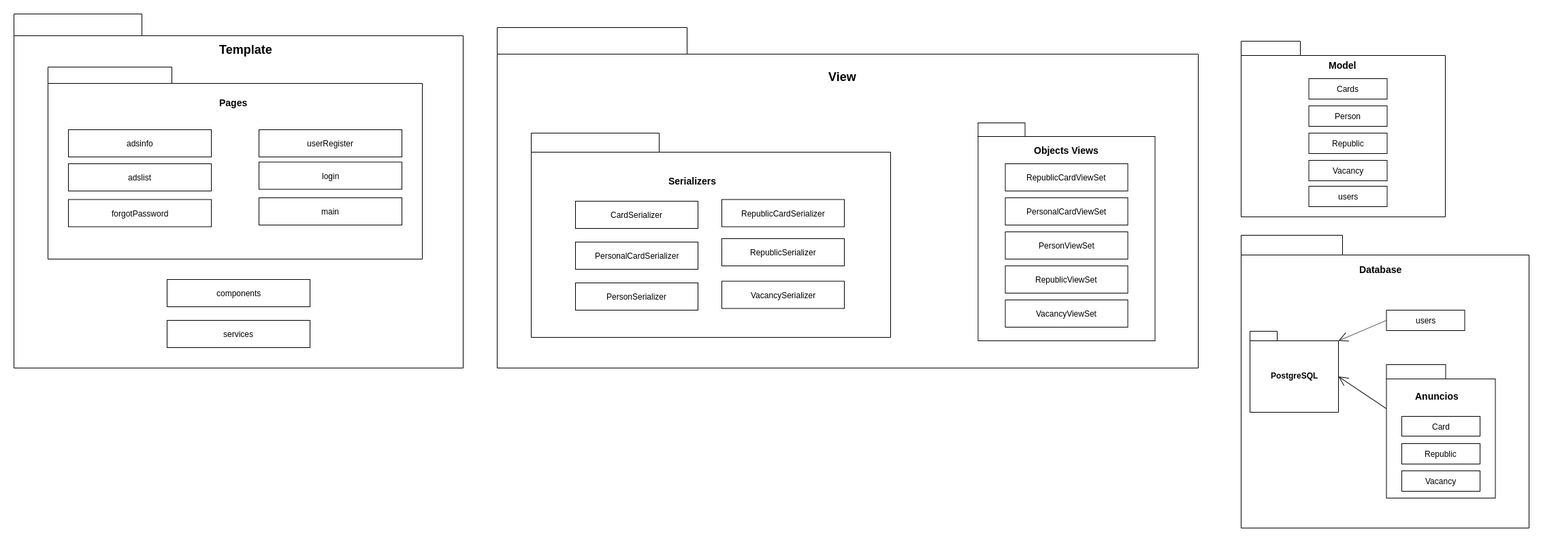
Before: docs/Dinâmica e Seminário V/img/Pacotes3.png, a diagram exported from draw.io (desenho-2019/Wiki). Source tidied: cells renumbered, new cells last; positions are measured from the earlier drawing's top-left corner, leaving out a move shared by most shapes.
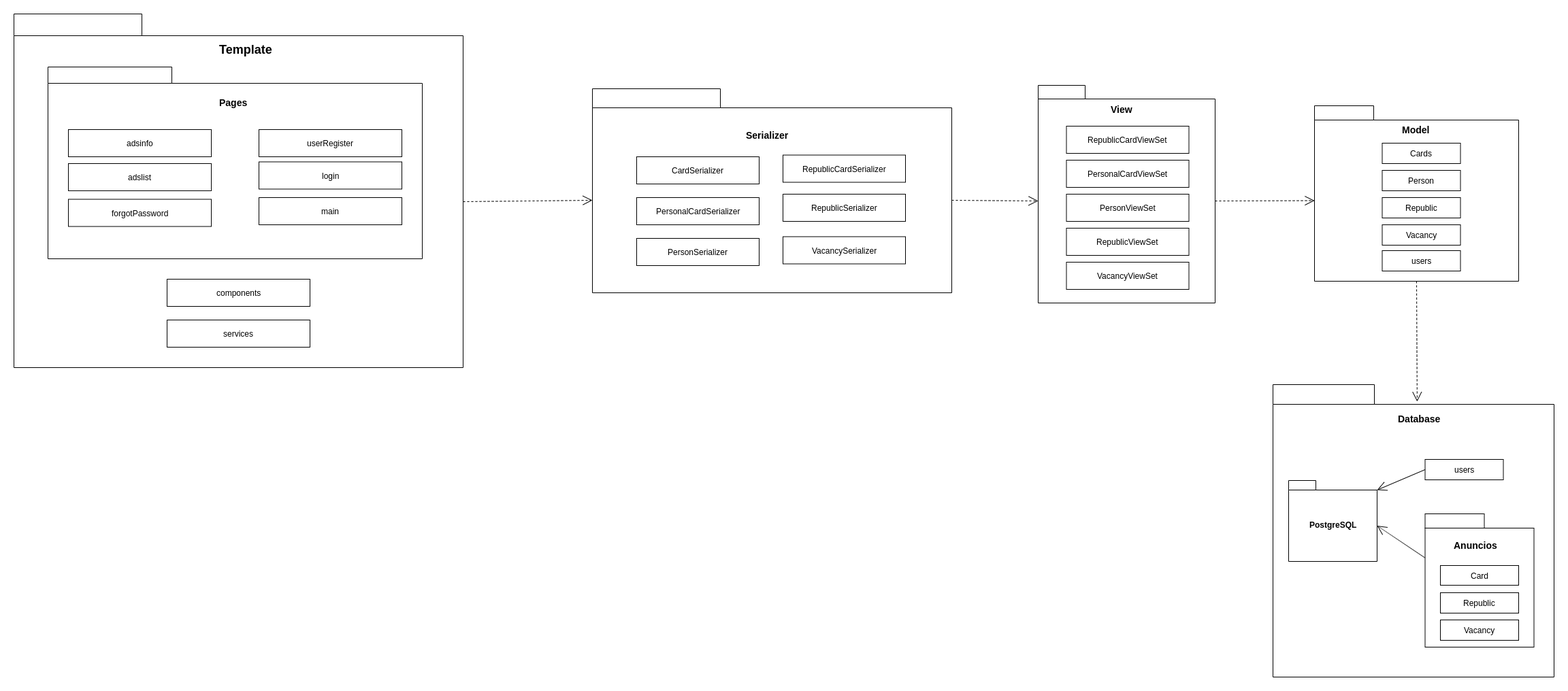
Above is the later version.

Commit message:
Mudando as imagens do diagrama de pacotes

Change to the diagram source:
```diff
@@ -3,22 +3,22 @@
     <mxCell id="0" />
     <mxCell id="1" parent="0" />
     <mxCell id="2" value="Cards" style="html=1;" parent="1" vertex="1">
-      <mxGeometry x="1902.5" y="95" width="115" height="30" as="geometry" />
+      <mxGeometry x="1920.5" y="245" width="115" height="30" as="geometry" />
     </mxCell>
     <mxCell id="3" value="Person" style="html=1;" parent="1" vertex="1">
-      <mxGeometry x="1902.5" y="135" width="115" height="30" as="geometry" />
+      <mxGeometry x="1920.5" y="285" width="115" height="30" as="geometry" />
     </mxCell>
     <mxCell id="4" value="Republic" style="html=1;" parent="1" vertex="1">
-      <mxGeometry x="1902.5" y="175" width="115" height="30" as="geometry" />
+      <mxGeometry x="1920.5" y="325" width="115" height="30" as="geometry" />
     </mxCell>
     <mxCell id="5" value="Vacancy" style="html=1;" parent="1" vertex="1">
-      <mxGeometry x="1902.5" y="215" width="115" height="30" as="geometry" />
+      <mxGeometry x="1920.5" y="365" width="115" height="30" as="geometry" />
     </mxCell>
     <mxCell id="6" style="shape=folder;fontStyle=1;spacingTop=10;tabWidth=87;tabHeight=21;tabPosition=left;html=1;fillColor=none;" parent="1" vertex="1">
-      <mxGeometry x="1803" y="40" width="300" height="258" as="geometry" />
+      <mxGeometry x="1821" y="190" width="300" height="258" as="geometry" />
     </mxCell>
     <mxCell id="7" value="&lt;b&gt;&lt;font style=&quot;font-size: 14px&quot;&gt;Model&lt;/font&gt;&lt;/b&gt;" style="text;html=1;align=left;verticalAlign=top;spacingTop=-4;" parent="1" vertex="1">
-      <mxGeometry x="1930" y="65" width="60" height="20" as="geometry" />
+      <mxGeometry x="1948" y="215" width="60" height="20" as="geometry" />
     </mxCell>
     <mxCell id="8" value="&lt;div&gt;RepublicCardViewSet&lt;/div&gt;" style="html=1;fillColor=none;" parent="1" vertex="1">
       <mxGeometry x="1456.5" y="220" width="180" height="40" as="geometry" />
@@ -35,101 +35,95 @@
     <mxCell id="12" value="VacancyViewSet" style="html=1;fillColor=none;" parent="1" vertex="1">
       <mxGeometry x="1456.5" y="420" width="180" height="40" as="geometry" />
     </mxCell>
-    <mxCell id="13" value="&lt;font style=&quot;font-size: 14px&quot;&gt;&lt;b&gt;Objects Views&lt;/b&gt;&lt;/font&gt;" style="text;html=1;align=left;verticalAlign=top;spacingTop=-4;" parent="1" vertex="1">
-      <mxGeometry x="1496.5" y="190" width="110" height="20" as="geometry" />
+    <mxCell id="13" value="&lt;font style=&quot;font-size: 14px&quot;&gt;&lt;b&gt;View&lt;/b&gt;&lt;/font&gt;" style="text;html=1;align=left;verticalAlign=top;spacingTop=-4;" parent="1" vertex="1">
+      <mxGeometry x="1520" y="185" width="50" height="20" as="geometry" />
     </mxCell>
     <mxCell id="14" style="shape=folder;fontStyle=1;spacingTop=10;tabWidth=69;tabHeight=20;tabPosition=left;html=1;fillColor=none;" parent="1" vertex="1">
-      <mxGeometry x="1416.5" y="160" width="260" height="320" as="geometry" />
+      <mxGeometry x="1415" y="160" width="260" height="320" as="geometry" />
     </mxCell>
     <mxCell id="15" value="VacancySerializer" style="html=1;fillColor=none;" parent="1" vertex="1">
-      <mxGeometry x="1040" y="392.5" width="180" height="40" as="geometry" />
+      <mxGeometry x="1040" y="382.5" width="180" height="40" as="geometry" />
     </mxCell>
     <mxCell id="16" value="RepublicSerializer" style="html=1;fillColor=none;" parent="1" vertex="1">
-      <mxGeometry x="1040" y="330" width="180" height="40" as="geometry" />
+      <mxGeometry x="1040" y="320" width="180" height="40" as="geometry" />
     </mxCell>
     <mxCell id="17" value="PersonSerializer" style="html=1;fillColor=none;" parent="1" vertex="1">
-      <mxGeometry x="825" y="395" width="180" height="40" as="geometry" />
+      <mxGeometry x="825" y="385" width="180" height="40" as="geometry" />
     </mxCell>
     <mxCell id="18" value="PersonalCardSerializer" style="html=1;fillColor=none;" parent="1" vertex="1">
-      <mxGeometry x="825" y="335" width="180" height="40" as="geometry" />
+      <mxGeometry x="825" y="325" width="180" height="40" as="geometry" />
     </mxCell>
     <mxCell id="19" value="RepublicCardSerializer" style="html=1;fillColor=none;" parent="1" vertex="1">
-      <mxGeometry x="1040" y="272.5" width="180" height="40" as="geometry" />
+      <mxGeometry x="1040" y="262.5" width="180" height="40" as="geometry" />
     </mxCell>
     <mxCell id="20" value="CardSerializer" style="html=1;fillColor=none;" parent="1" vertex="1">
-      <mxGeometry x="825" y="275" width="180" height="40" as="geometry" />
+      <mxGeometry x="825" y="265" width="180" height="40" as="geometry" />
     </mxCell>
     <mxCell id="21" style="shape=folder;fontStyle=1;spacingTop=10;tabWidth=188;tabHeight=28;tabPosition=left;html=1;fillColor=none;" parent="1" vertex="1">
-      <mxGeometry x="760" y="175" width="528" height="300" as="geometry" />
+      <mxGeometry x="760" y="165" width="528" height="300" as="geometry" />
     </mxCell>
-    <mxCell id="22" value="&lt;font style=&quot;font-size: 14px&quot;&gt;&lt;b&gt;Serializers&lt;/b&gt;&lt;/font&gt;" style="text;html=1;align=left;verticalAlign=top;spacingTop=-4;" parent="1" vertex="1">
-      <mxGeometry x="960" y="235" width="90" height="20" as="geometry" />
+    <mxCell id="22" value="&lt;font style=&quot;font-size: 14px&quot;&gt;&lt;b&gt;Serializer&lt;/b&gt;&lt;/font&gt;" style="text;html=1;align=left;verticalAlign=top;spacingTop=-4;" parent="1" vertex="1">
+      <mxGeometry x="984" y="223" width="80" height="20" as="geometry" />
     </mxCell>
-    <mxCell id="23" style="shape=folder;fontStyle=1;spacingTop=10;tabWidth=279;tabHeight=39;tabPosition=left;html=1;fillColor=none;" parent="1" vertex="1">
-      <mxGeometry x="710" y="20" width="1030" height="500" as="geometry" />
-    </mxCell>
-    <mxCell id="24" value="&lt;font style=&quot;font-size: 18px&quot;&gt;&lt;b&gt;View&lt;/b&gt;&lt;/font&gt;" style="text;html=1;align=left;verticalAlign=top;spacingTop=-4;" parent="1" vertex="1">
-      <mxGeometry x="1195" y="80" width="60" height="20" as="geometry" />
-    </mxCell>
     <mxCell id="25" value="components" style="html=1;" parent="1" vertex="1">
-      <mxGeometry x="225" y="390" width="210" height="40" as="geometry" />
+      <mxGeometry x="135" y="445" width="210" height="40" as="geometry" />
     </mxCell>
     <mxCell id="26" value="services" style="html=1;" parent="1" vertex="1">
-      <mxGeometry x="225" y="450" width="210" height="40" as="geometry" />
+      <mxGeometry x="135" y="505" width="210" height="40" as="geometry" />
     </mxCell>
     <mxCell id="27" value="adsinfo" style="html=1;" parent="1" vertex="1">
-      <mxGeometry x="80" y="170" width="210" height="40" as="geometry" />
+      <mxGeometry x="-10" y="225" width="210" height="40" as="geometry" />
     </mxCell>
     <mxCell id="28" value="adslist&lt;span style=&quot;color: rgba(0 , 0 , 0 , 0) ; font-family: monospace ; font-size: 0px&quot;&gt;%3CmxGraphModel%3E%3Croot%3E%3CmxCell%20id%3D%220%22%2F%3E%3CmxCell%20id%3D%221%22%20parent%3D%220%22%2F%3E%3CmxCell%20id%3D%222%22%20value%3D%22adsinfo%22%20style%3D%22html%3D1%3B%22%20vertex%3D%221%22%20parent%3D%221%22%3E%3CmxGeometry%20x%3D%22-960%22%20y%3D%2280%22%20width%3D%22210%22%20height%3D%2240%22%20as%3D%22geometry%22%2F%3E%3C%2FmxCell%3E%3C%2Froot%3E%3C%2FmxGraphModel%3E&lt;/span&gt;" style="html=1;" parent="1" vertex="1">
-      <mxGeometry x="80" y="220" width="210" height="40" as="geometry" />
+      <mxGeometry x="-10" y="275" width="210" height="40" as="geometry" />
     </mxCell>
     <mxCell id="29" value="forgotPassword" style="html=1;" parent="1" vertex="1">
-      <mxGeometry x="80" y="272.5" width="210" height="40" as="geometry" />
+      <mxGeometry x="-10" y="327.5" width="210" height="40" as="geometry" />
     </mxCell>
     <mxCell id="30" value="login" style="html=1;" parent="1" vertex="1">
-      <mxGeometry x="360" y="217.5" width="210" height="40" as="geometry" />
+      <mxGeometry x="270" y="272.5" width="210" height="40" as="geometry" />
     </mxCell>
     <mxCell id="31" value="main" style="html=1;" parent="1" vertex="1">
-      <mxGeometry x="360" y="270" width="210" height="40" as="geometry" />
+      <mxGeometry x="270" y="325" width="210" height="40" as="geometry" />
     </mxCell>
     <mxCell id="32" value="userRegister" style="html=1;" parent="1" vertex="1">
-      <mxGeometry x="360" y="170" width="210" height="40" as="geometry" />
+      <mxGeometry x="270" y="225" width="210" height="40" as="geometry" />
     </mxCell>
     <mxCell id="33" style="shape=folder;fontStyle=1;spacingTop=10;tabWidth=182;tabHeight=24;tabPosition=left;html=1;fillColor=none;" parent="1" vertex="1">
-      <mxGeometry x="50" y="78" width="550" height="282" as="geometry" />
+      <mxGeometry x="-40" y="133" width="550" height="282" as="geometry" />
     </mxCell>
     <mxCell id="34" value="&lt;font style=&quot;font-size: 14px&quot;&gt;&lt;b&gt;Pages&lt;/b&gt;&lt;/font&gt;" style="text;html=1;align=left;verticalAlign=top;spacingTop=-4;" parent="1" vertex="1">
-      <mxGeometry x="300" y="120" width="60" height="20" as="geometry" />
+      <mxGeometry x="210" y="175" width="60" height="20" as="geometry" />
     </mxCell>
     <mxCell id="35" style="shape=folder;fontStyle=1;spacingTop=10;tabWidth=188;tabHeight=32;tabPosition=left;html=1;fillColor=none;" parent="1" vertex="1">
-      <mxGeometry width="660" height="520" as="geometry" />
+      <mxGeometry x="-90" y="55" width="660" height="520" as="geometry" />
     </mxCell>
     <mxCell id="36" value="&lt;font style=&quot;font-size: 18px&quot;&gt;&lt;b&gt;Template&lt;/b&gt;&lt;/font&gt;" style="text;html=1;align=left;verticalAlign=top;spacingTop=-4;" parent="1" vertex="1">
-      <mxGeometry x="300" y="40" width="90" height="20" as="geometry" />
+      <mxGeometry x="210" y="95" width="90" height="20" as="geometry" />
     </mxCell>
     <mxCell id="37" value="Card" style="html=1;" parent="1" vertex="1">
-      <mxGeometry x="2039" y="591" width="115" height="29" as="geometry" />
+      <mxGeometry x="2006" y="866" width="115" height="29" as="geometry" />
     </mxCell>
     <mxCell id="38" value="Republic" style="html=1;" parent="1" vertex="1">
-      <mxGeometry x="2039" y="631" width="115" height="30" as="geometry" />
+      <mxGeometry x="2006" y="906" width="115" height="30" as="geometry" />
     </mxCell>
     <mxCell id="39" value="Vacancy" style="html=1;" parent="1" vertex="1">
-      <mxGeometry x="2039" y="671" width="115" height="30" as="geometry" />
+      <mxGeometry x="2006" y="946" width="115" height="30" as="geometry" />
     </mxCell>
     <mxCell id="40" style="shape=folder;fontStyle=1;spacingTop=10;tabWidth=87;tabHeight=21;tabPosition=left;html=1;fillColor=none;" parent="1" vertex="1">
-      <mxGeometry x="2016.5" y="515" width="160" height="196" as="geometry" />
+      <mxGeometry x="1983.5" y="790" width="160" height="196" as="geometry" />
     </mxCell>
     <mxCell id="41" value="&lt;b&gt;&lt;font style=&quot;font-size: 14px&quot;&gt;Anuncios&lt;/font&gt;&lt;/b&gt;" style="text;html=1;align=left;verticalAlign=top;spacingTop=-4;" parent="1" vertex="1">
-      <mxGeometry x="2056.5" y="551" width="80" height="20" as="geometry" />
+      <mxGeometry x="2023.5" y="826" width="80" height="20" as="geometry" />
     </mxCell>
     <mxCell id="42" value="users" style="html=1;" parent="1" vertex="1">
-      <mxGeometry x="2016.5" y="435" width="115" height="30" as="geometry" />
+      <mxGeometry x="1983.5" y="710" width="115" height="30" as="geometry" />
     </mxCell>
     <mxCell id="43" value="users" style="html=1;" parent="1" vertex="1">
-      <mxGeometry x="1902.5" y="253" width="115" height="30" as="geometry" />
+      <mxGeometry x="1920.5" y="403" width="115" height="30" as="geometry" />
     </mxCell>
     <mxCell id="44" value="PostgreSQL" style="shape=folder;fontStyle=1;spacingTop=10;tabWidth=40;tabHeight=14;tabPosition=left;html=1;fillColor=none;" parent="1" vertex="1">
-      <mxGeometry x="1816" y="466" width="130" height="119" as="geometry" />
+      <mxGeometry x="1783" y="741" width="130" height="119" as="geometry" />
     </mxCell>
     <mxCell id="45" style="endArrow=open;endFill=1;endSize=12;html=1;entryX=0;entryY=0;entryDx=130;entryDy=14;entryPerimeter=0;exitX=0;exitY=0.5;exitDx=0;exitDy=0;" parent="1" edge="1" source="42" target="44">
       <mxGeometry relative="1" as="geometry" />
@@ -138,10 +132,22 @@
       <mxGeometry relative="1" as="geometry" />
     </mxCell>
     <mxCell id="47" style="shape=folder;fontStyle=1;spacingTop=10;tabWidth=149;tabHeight=29;tabPosition=left;html=1;fillColor=none;" parent="1" vertex="1">
-      <mxGeometry x="1803" y="325" width="423" height="430" as="geometry" />
+      <mxGeometry x="1760" y="600" width="413" height="430" as="geometry" />
     </mxCell>
     <mxCell id="48" value="&lt;b&gt;&lt;font style=&quot;font-size: 14px&quot;&gt;Database&lt;/font&gt;&lt;/b&gt;" style="text;html=1;align=left;verticalAlign=top;spacingTop=-4;" parent="1" vertex="1">
-      <mxGeometry x="1974.5" y="365" width="80" height="20" as="geometry" />
+      <mxGeometry x="1941.5" y="640" width="80" height="20" as="geometry" />
     </mxCell>
+    <mxCell id="49" value="Use" style="endArrow=open;endSize=12;dashed=1;html=1;exitX=0;exitY=0;exitDx=260;exitDy=170;exitPerimeter=0;entryX=0;entryY=0;entryDx=0;entryDy=139.5;entryPerimeter=0;noLabel=1;fontColor=none;" parent="1" edge="1" source="14" target="6">
+      <mxGeometry relative="1" as="geometry" />
+    </mxCell>
+    <mxCell id="50" value="Use" style="endArrow=open;endSize=12;dashed=1;html=1;exitX=0;exitY=0;exitDx=528;exitDy=164;exitPerimeter=0;entryX=0;entryY=0;entryDx=0;entryDy=170;entryPerimeter=0;noLabel=1;fontColor=none;" parent="1" edge="1" source="21" target="14">
+      <mxGeometry relative="1" as="geometry" />
+    </mxCell>
+    <mxCell id="51" value="Use" style="endArrow=open;endSize=12;dashed=1;html=1;exitX=0;exitY=0;exitDx=660;exitDy=276;exitPerimeter=0;entryX=0;entryY=0;entryDx=0;entryDy=164;entryPerimeter=0;noLabel=1;fontColor=none;" parent="1" edge="1" source="35" target="21">
+      <mxGeometry relative="1" as="geometry" />
+    </mxCell>
+    <mxCell id="52" value="Use" style="endArrow=open;endSize=12;dashed=1;html=1;exitX=0.5;exitY=1;exitDx=0;exitDy=0;exitPerimeter=0;entryX=0.513;entryY=0.058;entryDx=0;entryDy=0;entryPerimeter=0;noLabel=1;fontColor=none;" parent="1" edge="1" source="6" target="47">
+      <mxGeometry relative="1" as="geometry" />
+    </mxCell>
   </root>
 </mxGraphModel>
```
